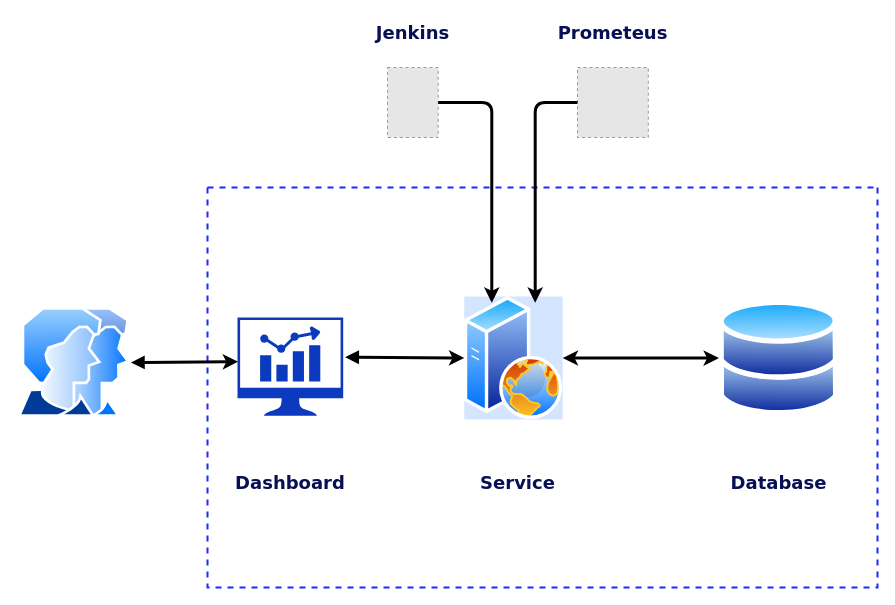
The draw.io diagram Care-IT.drawio in Ashwin-Raj18/arch-diagram, before the edit. Source tidied: cells renumbered, new cells numbered last; positions are measured from the earlier drawing's top-left corner, leaving out a move shared by most shapes. Both pictures are drawn from the tidied source at 100%, with x=0, y=0 at pixel (17, 17). Pictures stored in the file or linked from it are replaced by grey dashed boxes.
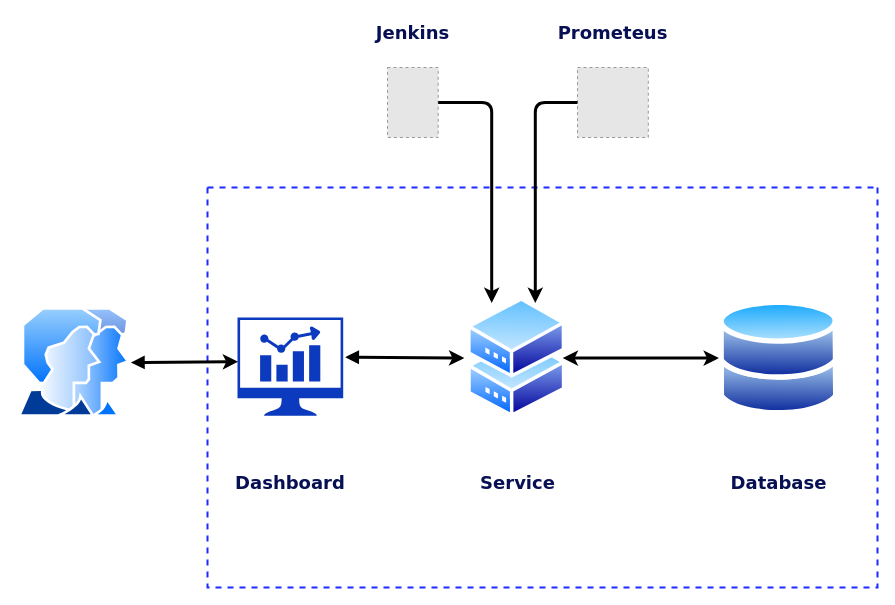
Above is the later version.

Unchanged cells that the change refers to:
```xml
<mxCell id="3" style="swimlane;startSize=0;fillColor=#0B3ABF;dashed=1;strokeColor=#1C2BFF;strokeWidth=2;swimlaneFillColor=none;" parent="1" vertex="1">
  <mxGeometry x="190" y="170" width="670" height="400" as="geometry" />
</mxCell>
<mxCell id="4" style="sketch=0;shadow=0;dashed=1;html=1;strokeColor=none;fillColor=#0B3ABF;labelPosition=center;verticalLabelPosition=bottom;verticalAlign=top;align=center;outlineConnect=0;shape=mxgraph.vvd.nsx_dashboard;gradientColor=none;" parent="3" vertex="1">
  <mxGeometry x="30" y="130" width="105.7" height="98.2" as="geometry" />
</mxCell>
<mxCell id="5" style="perimeter=ellipsePerimeter;html=1;align=center;shadow=0;dashed=0;spacingTop=3;image;image=img/lib/active_directory/databases.svg;strokeColor=#1C2BFF;strokeWidth=2;fillColor=#0B3ABF;" parent="3" vertex="1">
  <mxGeometry x="511.4" y="111.8" width="120" height="117.6" as="geometry" />
</mxCell>
<mxCell id="13" style="fillColor=#E6E6E6;strokeColor=#999999;dashed=1;verticalLabelPosition=bottom;verticalAlign=top;fontFamily=Verdana;fontSize=18;fontColor=#081054;" parent="1" vertex="1">
  <mxGeometry x="370" y="50" width="50.7" height="70" as="geometry" />
</mxCell>
<mxCell id="14" style="fillColor=#E6E6E6;strokeColor=#999999;dashed=1;verticalLabelPosition=bottom;verticalAlign=top;fontFamily=Verdana;fontSize=18;fontColor=#081054;" parent="1" vertex="1">
  <mxGeometry x="560" y="50" width="70.8" height="70" as="geometry" />
</mxCell>
```

The edit, as a diff of the source:
```diff
@@
-    <mxCell id="6" style="endArrow=classic;html=1;rounded=1;startArrow=block;startFill=1;strokeWidth=3;entryX=0;entryY=0.5;entryDx=0;entryDy=0;exitX=1.019;exitY=0.404;exitDx=0;exitDy=0;exitPerimeter=0;" parent="3" edge="1" source="4" target="10">
-      <mxGeometry relative="1" as="geometry" />
+    <mxCell id="6" style="endArrow=classic;html=1;rounded=1;startArrow=block;startFill=1;strokeWidth=3;entryX=0;entryY=0.5;entryDx=0;entryDy=0;exitX=1.019;exitY=0.404;exitDx=0;exitDy=0;exitPerimeter=0;" parent="3" edge="1" source="4">
+      <mxGeometry relative="1" as="geometry">
+        <mxPoint x="256.8" y="170.6" as="targetPoint" />
+      </mxGeometry>
     </mxCell>
-    <mxCell id="7" style="endArrow=classic;startArrow=classic;html=1;rounded=1;strokeWidth=3;entryX=0;entryY=0.5;entryDx=0;entryDy=0;exitX=1;exitY=0.5;exitDx=0;exitDy=0;" parent="3" edge="1" source="10" target="5">
-      <mxGeometry relative="1" as="geometry" />
+    <mxCell id="7" style="endArrow=classic;startArrow=classic;html=1;rounded=1;strokeWidth=3;entryX=0;entryY=0.5;entryDx=0;entryDy=0;exitX=1;exitY=0.5;exitDx=0;exitDy=0;" parent="3" edge="1" target="5">
+      <mxGeometry relative="1" as="geometry">
+        <mxPoint x="355.2" y="170.6" as="sourcePoint" />
+      </mxGeometry>
     </mxCell>
@@
-    <mxCell id="10" style="perimeter=ellipsePerimeter;html=1;align=center;shadow=0;dashed=1;spacingTop=3;image;image=img/lib/active_directory/web_server.svg;fontFamily=Verdana;fontSize=18;fontColor=#081054;strokeColor=#1C2BFF;strokeWidth=1;fillColor=#0B3ABF;imageBackground=#D4E6FF;imageBorder=none;" parent="3" vertex="1">
-      <mxGeometry x="256.8" y="109" width="98.4" height="123" as="geometry" />
-    </mxCell>
@@
+    <mxCell id="19" style="perimeter=ellipsePerimeter;html=1;align=center;shadow=0;dashed=0;spacingTop=3;image;image=img/lib/active_directory/shadowed_router.svg;fontFamily=Verdana;fontSize=18;fontColor=#081054;strokeColor=#1C2BFF;strokeWidth=1;fillColor=#0B3ABF;gradientColor=none;" parent="3" vertex="1">
+      <mxGeometry x="260" y="110" width="98.4" height="120" as="geometry" />
+    </mxCell>
@@
-    <mxCell id="15" style="edgeStyle=segmentEdgeStyle;endArrow=classic;html=1;rounded=1;fontFamily=Verdana;fontSize=18;fontColor=#081054;strokeWidth=3;exitX=1;exitY=0.5;exitDx=0;exitDy=0;entryX=0.25;entryY=0;entryDx=0;entryDy=0;" parent="1" edge="1" source="13" target="10">
-      <mxGeometry relative="1" as="geometry" />
+    <mxCell id="15" style="edgeStyle=segmentEdgeStyle;endArrow=classic;html=1;rounded=1;fontFamily=Verdana;fontSize=18;fontColor=#081054;strokeWidth=3;exitX=1;exitY=0.5;exitDx=0;exitDy=0;entryX=0.25;entryY=0;entryDx=0;entryDy=0;" parent="1" edge="1" source="13">
+      <mxGeometry relative="1" as="geometry">
+        <mxPoint x="474.2" y="285.4" as="targetPoint" />
+      </mxGeometry>
     </mxCell>
-    <mxCell id="16" style="edgeStyle=segmentEdgeStyle;endArrow=classic;html=1;rounded=1;fontFamily=Verdana;fontSize=18;fontColor=#081054;strokeWidth=3;exitX=0;exitY=0.5;exitDx=0;exitDy=0;entryX=0.75;entryY=0;entryDx=0;entryDy=0;" parent="1" edge="1" source="14" target="10">
-      <mxGeometry relative="1" as="geometry" />
+    <mxCell id="16" style="edgeStyle=segmentEdgeStyle;endArrow=classic;html=1;rounded=1;fontFamily=Verdana;fontSize=18;fontColor=#081054;strokeWidth=3;exitX=0;exitY=0.5;exitDx=0;exitDy=0;entryX=0.75;entryY=0;entryDx=0;entryDy=0;" parent="1" edge="1" source="14">
+      <mxGeometry relative="1" as="geometry">
+        <mxPoint x="517.8" y="285.4" as="targetPoint" />
+      </mxGeometry>
     </mxCell>
```
